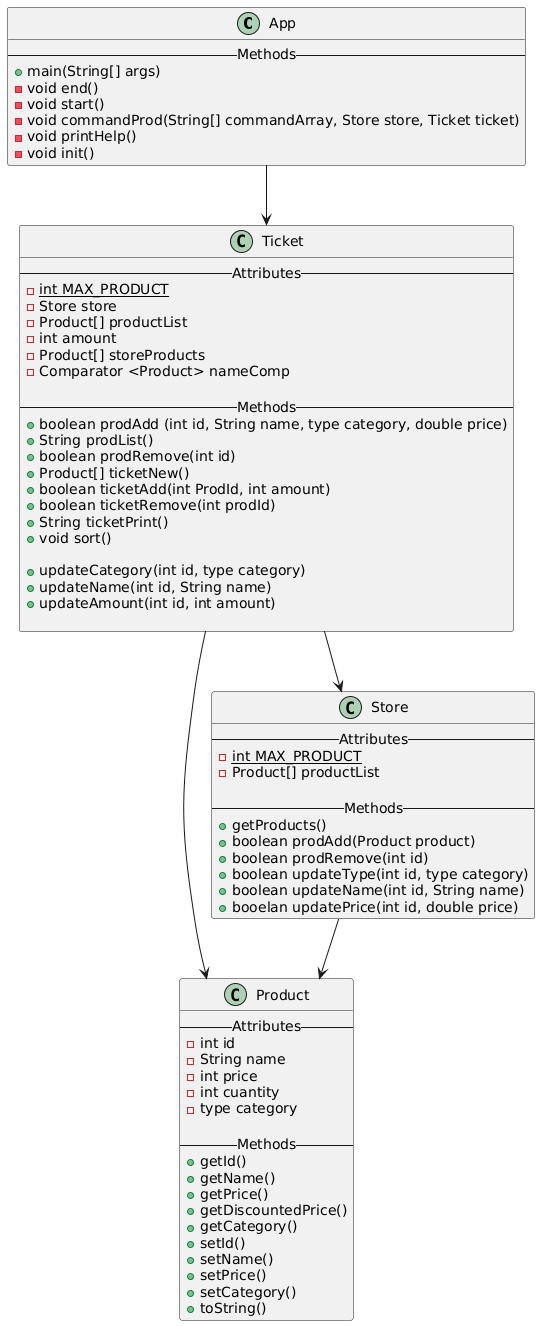
Earlier version of the PlantUML export Uml.png (MiguelA021/Proyecto-Poo).
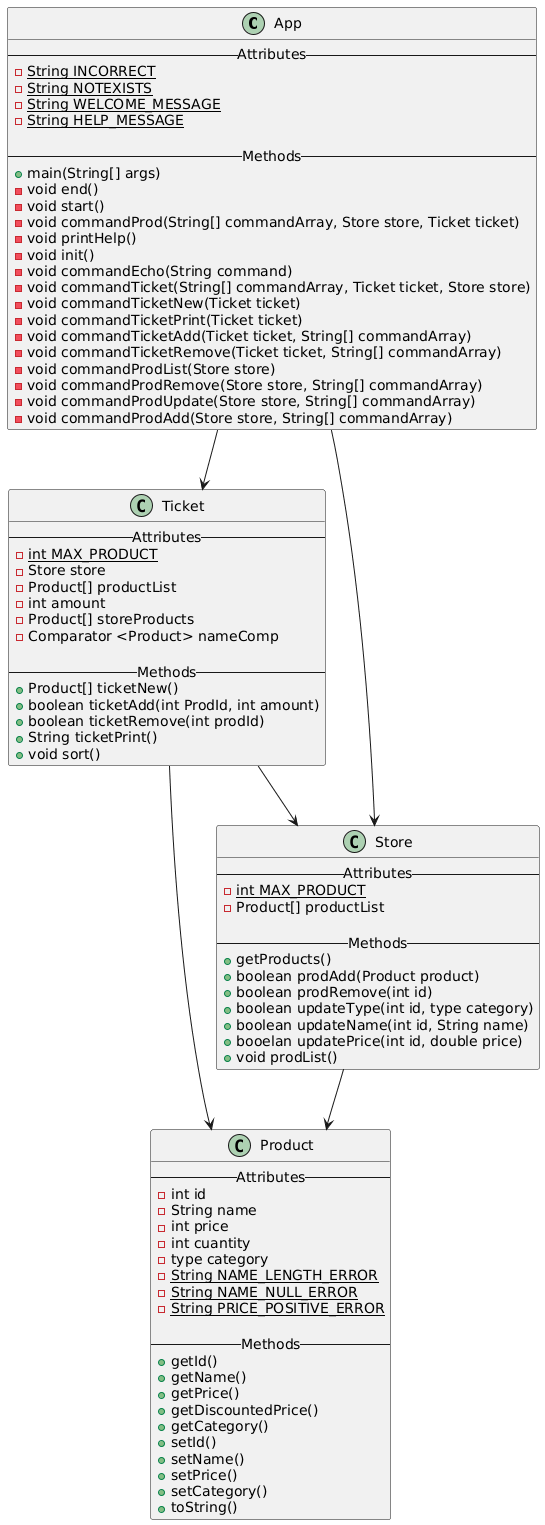
The same file after the commit.

What changed in the source:
```diff
@@ -1,5 +1,11 @@
 @startuml
 class App{
+--   Attributes  --
+ -{static} String INCORRECT
+ -{static} String NOTEXISTS
+ -{static} String WELCOME_MESSAGE
+ -{static} String HELP_MESSAGE
+
 --  Methods --
  +main(String[] args)
  -void end()
@@ -7,8 +13,17 @@
  -void commandProd(String[] commandArray, Store store, Ticket ticket)
  -void printHelp()
  -void init()
+ -void commandEcho(String command)
+ -void commandTicket(String[] commandArray, Ticket ticket, Store store)
+ -void commandTicketNew(Ticket ticket)
+ -void commandTicketPrint(Ticket ticket)
+ -void commandTicketAdd(Ticket ticket, String[] commandArray)
+ -void commandTicketRemove(Ticket ticket, String[] commandArray)
+ -void commandProdList(Store store)
+ -void commandProdRemove(Store store, String[] commandArray)
+ -void commandProdUpdate(Store store, String[] commandArray)
+ -void commandProdAdd(Store store, String[] commandArray)
 }
-
 
 class Ticket{
 --   Attributes  --
@@ -20,19 +35,11 @@
  -Comparator <Product> nameComp
 
 --  Methods --
- +boolean prodAdd (int id, String name, type category, double price)
- +String prodList()
- +boolean prodRemove(int id)
  +Product[] ticketNew()
  +boolean ticketAdd(int ProdId, int amount)
  +boolean ticketRemove(int prodId)
  +String ticketPrint()
  +void sort()
-
- +updateCategory(int id, type category)
- +updateName(int id, String name)
- +updateAmount(int id, int amount)
-
 }
 
 class Product{
@@ -42,6 +49,9 @@
  -int price
  -int cuantity
  -type category
+ -{static} String NAME_LENGTH_ERROR
+ -{static} String NAME_NULL_ERROR
+ -{static} String PRICE_POSITIVE_ERROR
 
  --  Methods --
  +getId()
@@ -68,9 +78,11 @@
  +boolean updateType(int id, type category)
  +boolean updateName(int id, String name)
  +booelan updatePrice(int id, double price)
+ +void prodList()
 }
 
 App-->Ticket
+App-->Store
 Ticket-->Product
 Ticket-->Store
 Store-->Product
```
